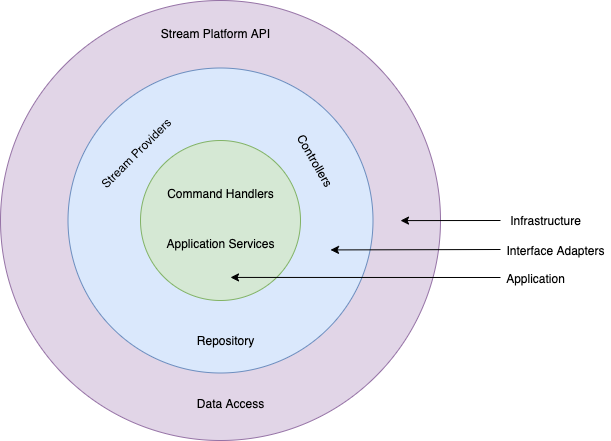
Above: documentation/Game-Stream-Search-Architecture.png in kerryconvery/game-stream-search-public (draw.io), before the change. Source tidied: cells renumbered, new cells last; positions are measured from the earlier drawing's top-left corner, leaving out a move shared by most shapes.
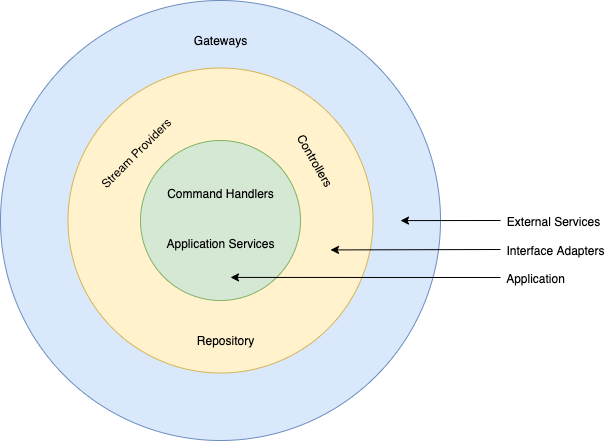
Later version of the same file.

What changed in the source:
```diff
@@ -2,10 +2,10 @@
   <root>
     <mxCell id="0" />
     <mxCell id="1" parent="0" />
-    <mxCell id="2" style="ellipse;whiteSpace=wrap;html=1;fillColor=#e1d5e7;strokeColor=#9673a6;" parent="1" vertex="1">
+    <mxCell id="2" style="ellipse;whiteSpace=wrap;html=1;fillColor=#dae8fc;strokeColor=#6c8ebf;" parent="1" vertex="1">
       <mxGeometry width="440" height="440" as="geometry" />
     </mxCell>
-    <mxCell id="3" style="ellipse;whiteSpace=wrap;html=1;fillColor=#dae8fc;strokeColor=#6c8ebf;" parent="1" vertex="1">
+    <mxCell id="3" style="ellipse;whiteSpace=wrap;html=1;fillColor=#fff2cc;strokeColor=#d6b656;" parent="1" vertex="1">
       <mxGeometry x="67.5" y="67.5" width="305" height="305" as="geometry" />
     </mxCell>
     <mxCell id="4" style="ellipse;whiteSpace=wrap;html=1;fillColor=#d5e8d4;strokeColor=#82b366;" parent="1" vertex="1">
@@ -14,8 +14,8 @@
     <mxCell id="5" value="Application Services" style="text;html=1;align=center;verticalAlign=middle;fillColor=none;strokeColor=none;rounded=0;" parent="1" vertex="1">
       <mxGeometry x="160" y="232.5" width="120" height="20" as="geometry" />
     </mxCell>
-    <mxCell id="6" value="Stream Platform API" style="text;html=1;align=center;verticalAlign=middle;fillColor=none;strokeColor=none;rounded=0;rotation=0;" parent="1" vertex="1">
-      <mxGeometry x="155" y="22.5" width="120" height="20" as="geometry" />
+    <mxCell id="6" value="Gateways" style="text;html=1;align=center;verticalAlign=middle;fillColor=none;strokeColor=none;rounded=0;rotation=0;" parent="1" vertex="1">
+      <mxGeometry x="185" y="30" width="70" height="20" as="geometry" />
     </mxCell>
     <mxCell id="7" value="Controllers" style="text;html=1;align=center;verticalAlign=middle;fillColor=none;strokeColor=none;rounded=0;rotation=60;" parent="1" vertex="1">
       <mxGeometry x="280" y="150" width="70" height="20" as="geometry" />
@@ -23,9 +23,6 @@
     <mxCell id="8" value="Repository" style="text;html=1;align=center;verticalAlign=middle;fillColor=none;strokeColor=none;rounded=0;rotation=0;" parent="1" vertex="1">
       <mxGeometry x="190" y="330" width="70" height="20" as="geometry" />
     </mxCell>
-    <mxCell id="9" value="Data Access" style="text;html=1;align=center;verticalAlign=middle;fillColor=none;strokeColor=none;rounded=0;rotation=0;" parent="1" vertex="1">
-      <mxGeometry x="190" y="392.5" width="80" height="20" as="geometry" />
-    </mxCell>
     <mxCell id="10" value="Command Handlers" style="text;html=1;align=center;verticalAlign=middle;fillColor=none;strokeColor=none;rounded=0;rotation=0;" parent="1" vertex="1">
       <mxGeometry x="160" y="182.5" width="120" height="20" as="geometry" />
     </mxCell>
@@ -47,8 +44,8 @@
         <mxPoint x="400" y="220.1" as="targetPoint" />
       </mxGeometry>
     </mxCell>
-    <mxCell id="14" value="Infrastructure" style="text;html=1;align=center;verticalAlign=middle;fillColor=none;strokeColor=none;rounded=0;" parent="1" vertex="1">
-      <mxGeometry x="500" y="210" width="90" height="20" as="geometry" />
+    <mxCell id="14" value="External Services" style="text;html=1;align=center;verticalAlign=middle;fillColor=none;strokeColor=none;rounded=0;" parent="1" vertex="1">
+      <mxGeometry x="498" y="211" width="110" height="20" as="geometry" />
     </mxCell>
     <mxCell id="15" value="Interface Adapters" style="text;html=1;align=center;verticalAlign=middle;fillColor=none;strokeColor=none;rounded=0;" parent="1" vertex="1">
       <mxGeometry x="500" y="240" width="110" height="20" as="geometry" />
```
